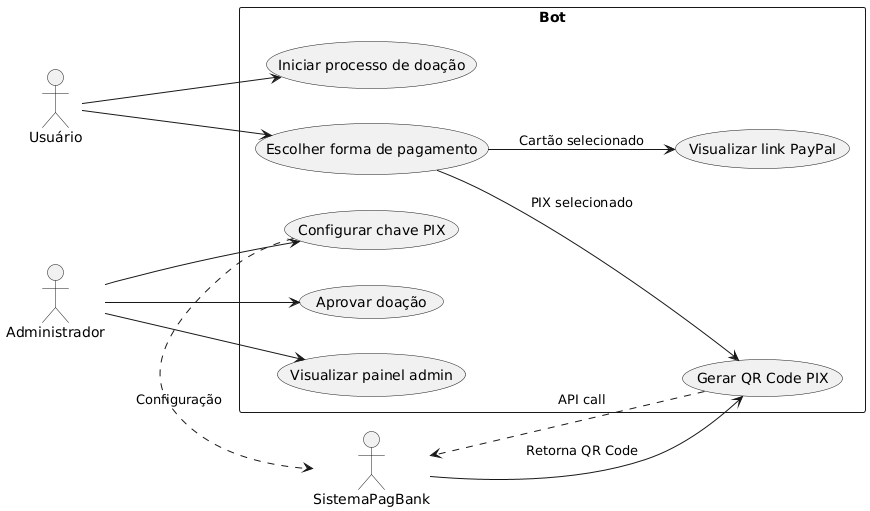
Earlier version of the PlantUML export docs/casodeuso.png (AnthonyLuciano/HugMe-DiscordBot).
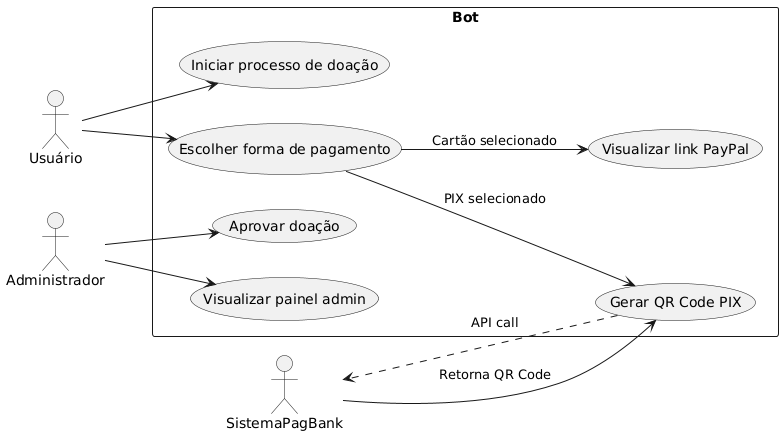
Later version of the same file.

Commit message:
erro na documentação

Diff of the diagram source:
```diff
@@ -11,7 +11,6 @@
   usecase "Escolher forma de pagamento" as UC2
   usecase "Gerar QR Code PIX" as UC3
   usecase "Visualizar link PayPal" as UC4
-  usecase "Configurar chave PIX" as UC5
   usecase "Aprovar doação" as UC6
   usecase "Visualizar painel admin" as UC7
 }
@@ -22,10 +21,8 @@
 UC2 --> UC4 : Cartão selecionado
 SistemaPagBank --> UC3 : Retorna QR Code
 
-Administrador --> UC5
 Administrador --> UC6
 Administrador --> UC7
 
 UC3 .> SistemaPagBank : API call
-UC5 .> SistemaPagBank : Configuração
 @enduml
```
